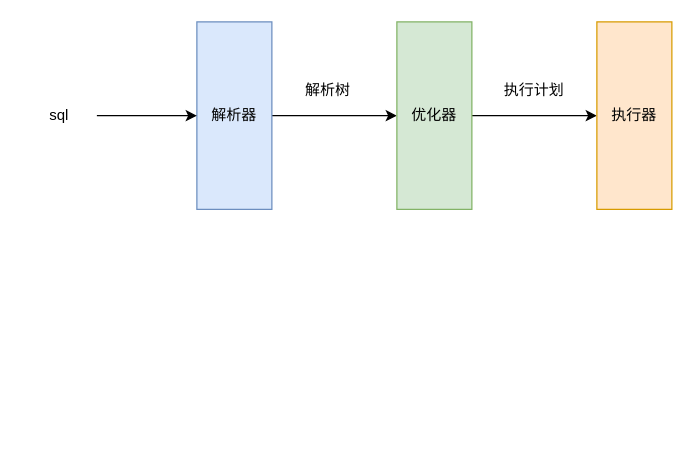
Above: MySQL优化器和执行器.drawio in buxiangchixiangcai/draw (draw.io), before the change. Source tidied: cells renumbered, new cells numbered last; positions are measured from the earlier drawing's top-left corner, leaving out a move shared by most shapes. Both pictures are drawn from the tidied source at 125%, with x=0, y=0 at pixel (21, 21).
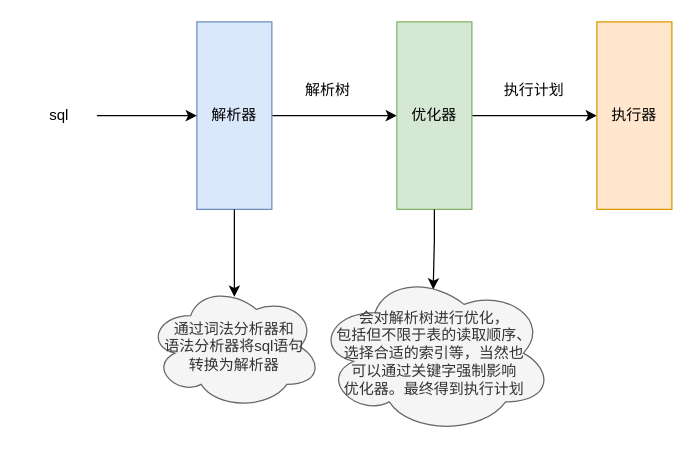
The same page after the edit.

Commit message (it also covers changes not shown here):
更新MySQL优化器和执行器.drawio

Change to the diagram source:
```diff
@@
 <mxGraphModel>
   <root>
     <mxCell id="0" />
     <mxCell id="1" parent="0" />
     <mxCell id="2" style="edgeStyle=orthogonalEdgeStyle;rounded=0;jettySize=auto;html=1;exitX=1;exitY=0.5;exitDx=0;exitDy=0;entryX=0;entryY=0.5;entryDx=0;entryDy=0;" parent="1" edge="1" source="3" target="5">
       <mxGeometry relative="1" as="geometry" />
     </mxCell>
-    <mxCell id="3" value="解析器" style="rounded=0;whiteSpace=wrap;html=1;fillColor=#dae8fc;strokeColor=#6c8ebf;" parent="1" vertex="1">
+    <mxCell id="3" value="&lt;div&gt;&lt;br&gt;&lt;/div&gt;解析器&lt;div&gt;&lt;br&gt;&lt;/div&gt;" style="rounded=0;whiteSpace=wrap;html=1;fillColor=#dae8fc;strokeColor=#6c8ebf;" parent="1" vertex="1">
       <mxGeometry x="140" width="60" height="150" as="geometry" />
     </mxCell>
     <mxCell id="4" style="edgeStyle=orthogonalEdgeStyle;rounded=0;jettySize=auto;html=1;" parent="1" edge="1" source="5" target="8">
       <mxGeometry relative="1" as="geometry" />
     </mxCell>
     <mxCell id="5" value="优化器" style="rounded=0;whiteSpace=wrap;html=1;fillColor=#d5e8d4;strokeColor=#82b366;" parent="1" vertex="1">
       <mxGeometry x="300" width="60" height="150" as="geometry" />
     </mxCell>
     <mxCell id="6" style="edgeStyle=orthogonalEdgeStyle;rounded=0;jettySize=auto;html=1;entryX=0;entryY=0.5;entryDx=0;entryDy=0;" parent="1" edge="1" source="7" target="3">
       <mxGeometry relative="1" as="geometry" />
     </mxCell>
     <mxCell id="7" value="sql" style="text;html=1;align=center;verticalAlign=middle;whiteSpace=wrap;rounded=0;" parent="1" vertex="1">
       <mxGeometry y="60" width="60" height="30" as="geometry" />
     </mxCell>
     <mxCell id="8" value="执行器" style="rounded=0;whiteSpace=wrap;html=1;fillColor=#ffe6cc;strokeColor=#d79b00;" parent="1" vertex="1">
       <mxGeometry x="460" width="60" height="150" as="geometry" />
     </mxCell>
     <mxCell id="9" value="解析树" style="text;html=1;align=center;verticalAlign=middle;whiteSpace=wrap;rounded=0;" parent="1" vertex="1">
       <mxGeometry x="210" y="30" width="70" height="50" as="geometry" />
     </mxCell>
     <mxCell id="10" value="执行计划" style="text;html=1;align=center;verticalAlign=middle;whiteSpace=wrap;rounded=0;" parent="1" vertex="1">
       <mxGeometry x="380" y="40" width="60" height="30" as="geometry" />
     </mxCell>
+    <mxCell id="11" value="通过词法分析器和&lt;div&gt;语法分析器将sql语句&lt;/div&gt;&lt;div&gt;转换为解析器&lt;/div&gt;" style="ellipse;shape=cloud;whiteSpace=wrap;html=1;fillColor=#f5f5f5;fontColor=#333333;strokeColor=#666666;" parent="1" vertex="1">
+      <mxGeometry x="100" y="210" width="140" height="100" as="geometry" />
+    </mxCell>
+    <mxCell id="12" style="edgeStyle=orthogonalEdgeStyle;rounded=0;jettySize=auto;html=1;entryX=0.5;entryY=0.1;entryDx=0;entryDy=0;entryPerimeter=0;" parent="1" edge="1" source="3" target="11">
+      <mxGeometry relative="1" as="geometry" />
+    </mxCell>
+    <mxCell id="13" value="会对解析树进行优化，&lt;div&gt;包括但不限于表的读取顺序、&lt;/div&gt;&lt;div&gt;选择合适的索引等，当然也&lt;/div&gt;&lt;div&gt;可以通过关键字强制影响&lt;/div&gt;&lt;div&gt;优化器。最终得到执行计划&lt;/div&gt;" style="ellipse;shape=cloud;whiteSpace=wrap;html=1;fillColor=#f5f5f5;fontColor=#333333;strokeColor=#666666;" parent="1" vertex="1">
+      <mxGeometry x="235" y="200" width="190" height="130" as="geometry" />
+    </mxCell>
+    <mxCell id="14" style="edgeStyle=orthogonalEdgeStyle;rounded=0;jettySize=auto;html=1;entryX=0.495;entryY=0.108;entryDx=0;entryDy=0;entryPerimeter=0;" parent="1" edge="1" source="5" target="13">
+      <mxGeometry relative="1" as="geometry" />
+    </mxCell>
   </root>
 </mxGraphModel>
```
